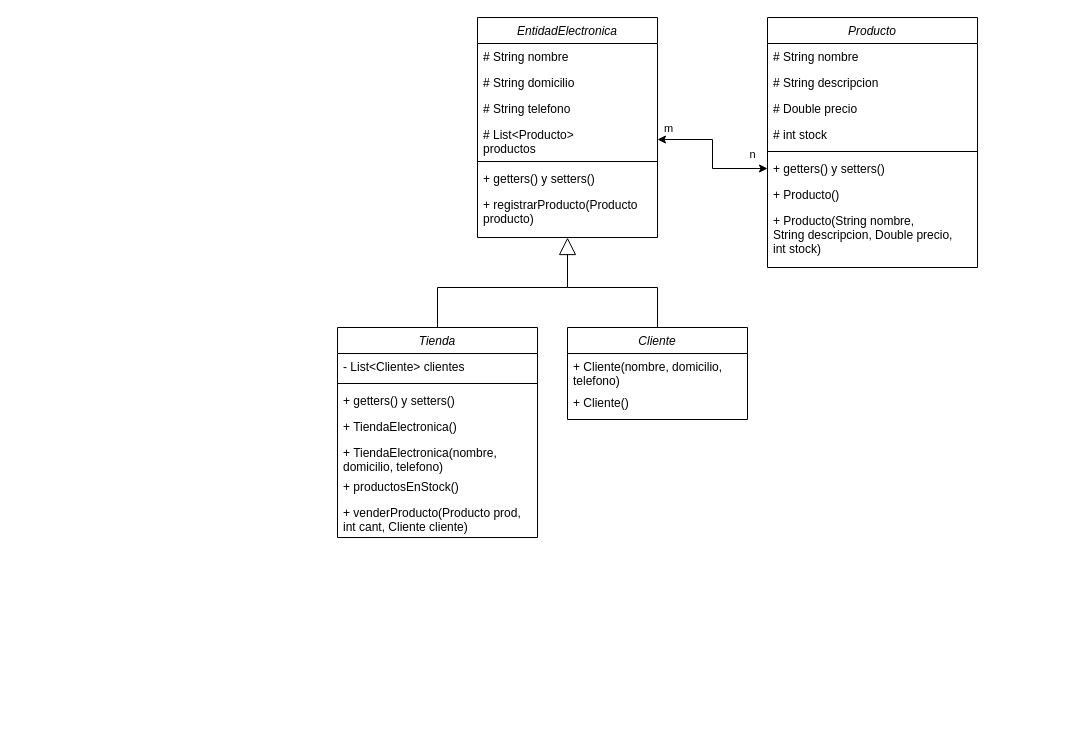
This is trabajoPracticoPOO/Diagrama sin título.drawio from sirnas1983/practica-Java-2023, a draw.io file, before an edit. Source tidied: cells renumbered, new cells numbered last; positions are measured from the earlier drawing's top-left corner, leaving out a move shared by most shapes. Both pictures are drawn from the tidied source at 100%, with x=0, y=0 at pixel (337, 17).
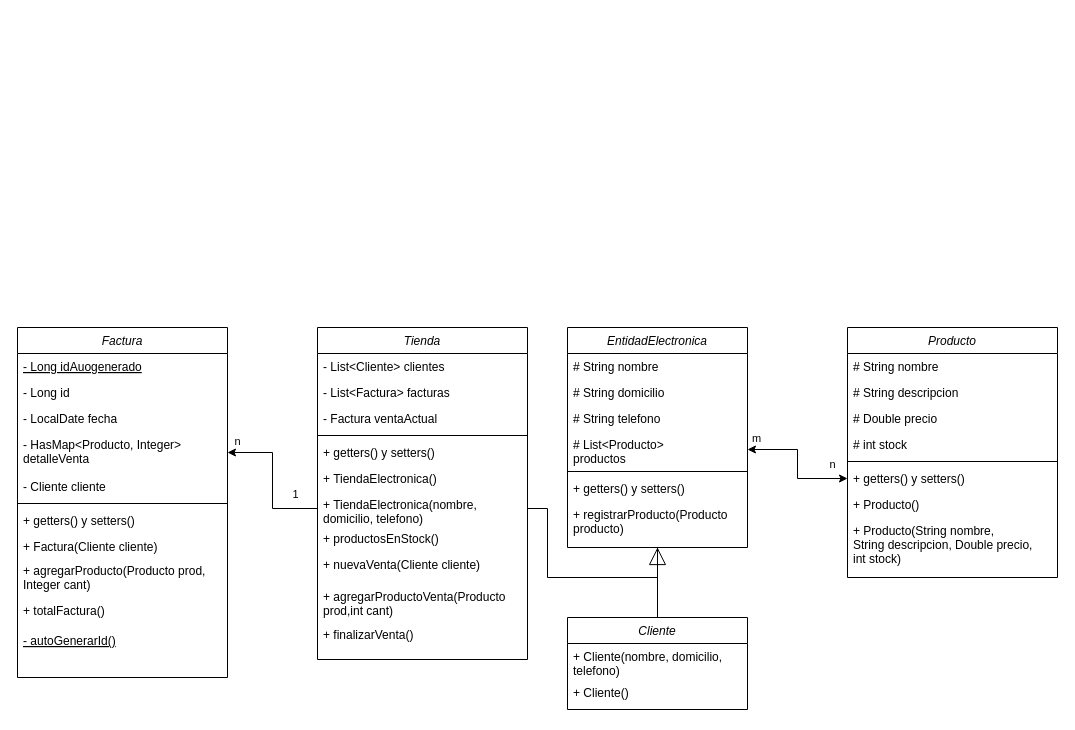
The same page after the edit.

What changed in the source:
```diff
@@
     <mxCell id="2" value="Producto" style="swimlane;fontStyle=2;align=center;verticalAlign=top;horizontal=1;startSize=26;rounded=0;shadow=0;strokeWidth=1;" parent="1" vertex="1">
-      <mxGeometry x="430" width="210" height="250" as="geometry" />
+      <mxGeometry x="510" y="310" width="210" height="250" as="geometry" />
     </mxCell>
@@
-    <mxCell id="11" style="edgeStyle=orthogonalEdgeStyle;rounded=0;jettySize=auto;html=1;exitX=0.5;exitY=0;exitDx=0;exitDy=0;endArrow=none;endFill=0;" parent="1" edge="1" source="12">
-      <mxGeometry relative="1" as="geometry">
-        <mxPoint x="230" y="270" as="targetPoint" />
-        <Array as="points">
-          <mxPoint x="320" y="270" />
-        </Array>
-      </mxGeometry>
+    <mxCell id="11" style="edgeStyle=orthogonalEdgeStyle;rounded=0;jettySize=auto;html=1;exitX=0.5;exitY=0;exitDx=0;exitDy=0;endArrow=none;endFill=0;entryX=0.5;entryY=1;entryDx=0;entryDy=0;" parent="1" edge="1" source="12" target="24">
+      <mxGeometry relative="1" as="geometry" />
     </mxCell>
     <mxCell id="12" value="Cliente" style="swimlane;fontStyle=2;align=center;verticalAlign=top;horizontal=1;startSize=26;rounded=0;shadow=0;strokeWidth=1;" parent="1" vertex="1">
-      <mxGeometry x="230" y="310" width="180" height="92" as="geometry" />
+      <mxGeometry x="230" y="600" width="180" height="92" as="geometry" />
     </mxCell>
@@
-    <mxCell id="15" style="edgeStyle=orthogonalEdgeStyle;rounded=0;jettySize=auto;html=1;exitX=0.5;exitY=0;exitDx=0;exitDy=0;entryX=0.5;entryY=1;entryDx=0;entryDy=0;endArrow=block;endFill=0;endSize=15;" parent="1" edge="1" source="16" target="24">
+    <mxCell id="15" style="edgeStyle=orthogonalEdgeStyle;rounded=0;jettySize=auto;html=1;exitX=1;exitY=0.5;exitDx=0;exitDy=0;entryX=0.5;entryY=1;entryDx=0;entryDy=0;endArrow=block;endFill=0;endSize=15;" parent="1" edge="1" source="21" target="24">
       <mxGeometry relative="1" as="geometry" />
     </mxCell>
     <mxCell id="16" value="Tienda" style="swimlane;fontStyle=2;align=center;verticalAlign=top;horizontal=1;startSize=26;rounded=0;shadow=0;strokeWidth=1;" parent="1" vertex="1">
-      <mxGeometry y="310" width="200" height="210" as="geometry" />
+      <mxGeometry x="-20" y="310" width="210" height="332" as="geometry" />
     </mxCell>
     <mxCell id="17" value="- List&lt;Cliente&gt; clientes" style="text;align=left;verticalAlign=top;spacingLeft=4;spacingRight=4;overflow=hidden;rounded=0;shadow=0;html=0;" parent="16" vertex="1">
-      <mxGeometry y="26" width="200" height="26" as="geometry" />
+      <mxGeometry y="26" width="210" height="26" as="geometry" />
     </mxCell>
+    <mxCell id="35" value="- List&lt;Factura&gt; facturas" style="text;align=left;verticalAlign=top;spacingLeft=4;spacingRight=4;overflow=hidden;rounded=0;shadow=0;html=0;" parent="16" vertex="1">
+      <mxGeometry y="52" width="210" height="26" as="geometry" />
+    </mxCell>
+    <mxCell id="36" value="- Factura ventaActual" style="text;align=left;verticalAlign=top;spacingLeft=4;spacingRight=4;overflow=hidden;rounded=0;shadow=0;html=0;" parent="16" vertex="1">
+      <mxGeometry y="78" width="210" height="26" as="geometry" />
+    </mxCell>
     <mxCell id="18" style="line;html=1;strokeWidth=1;align=left;verticalAlign=middle;spacingTop=-1;spacingLeft=3;spacingRight=3;labelPosition=right;" parent="16" vertex="1">
-      <mxGeometry y="52" width="200" height="8" as="geometry" />
+      <mxGeometry y="104" width="210" height="8" as="geometry" />
     </mxCell>
     <mxCell id="19" value="+ getters() y setters()" style="text;align=left;verticalAlign=top;spacingLeft=4;spacingRight=4;overflow=hidden;" parent="16" vertex="1">
-      <mxGeometry y="60" width="200" height="26" as="geometry" />
+      <mxGeometry y="112" width="210" height="26" as="geometry" />
     </mxCell>
     <mxCell id="20" value="+ TiendaElectronica()" style="text;align=left;verticalAlign=top;spacingLeft=4;spacingRight=4;overflow=hidden;" parent="16" vertex="1">
-      <mxGeometry y="86" width="200" height="26" as="geometry" />
+      <mxGeometry y="138" width="210" height="26" as="geometry" />
     </mxCell>
     <mxCell id="21" value="+ TiendaElectronica(nombre, &#10;domicilio, telefono)" style="text;align=left;verticalAlign=top;spacingLeft=4;spacingRight=4;overflow=hidden;points=[[0,0.5],[1,0.5]];portConstraint=eastwest;" parent="16" vertex="1">
-      <mxGeometry y="112" width="200" height="34" as="geometry" />
+      <mxGeometry y="164" width="210" height="34" as="geometry" />
     </mxCell>
     <mxCell id="22" value="+ productosEnStock()" style="text;align=left;verticalAlign=top;spacingLeft=4;spacingRight=4;overflow=hidden;" parent="16" vertex="1">
-      <mxGeometry y="146" width="200" height="26" as="geometry" />
+      <mxGeometry y="198" width="210" height="26" as="geometry" />
     </mxCell>
+    <mxCell id="37" value="+ nuevaVenta(Cliente cliente)" style="text;align=left;verticalAlign=top;spacingLeft=4;spacingRight=4;overflow=hidden;" parent="16" vertex="1">
+      <mxGeometry y="224" width="210" height="32" as="geometry" />
+    </mxCell>
+    <mxCell id="38" value="+ agregarProductoVenta(Producto &#10;prod,int cant)" style="text;align=left;verticalAlign=top;spacingLeft=4;spacingRight=4;overflow=hidden;" parent="16" vertex="1">
+      <mxGeometry y="256" width="210" height="38" as="geometry" />
+    </mxCell>
-    <mxCell id="23" value="+ venderProducto(Producto prod,&#10;int cant, Cliente cliente)" style="text;align=left;verticalAlign=top;spacingLeft=4;spacingRight=4;overflow=hidden;" parent="16" vertex="1">
-      <mxGeometry y="172" width="200" height="38" as="geometry" />
+    <mxCell id="23" value="+ finalizarVenta()" style="text;align=left;verticalAlign=top;spacingLeft=4;spacingRight=4;overflow=hidden;" parent="16" vertex="1">
+      <mxGeometry y="294" width="210" height="38" as="geometry" />
     </mxCell>
     <mxCell id="24" value="EntidadElectronica" style="swimlane;fontStyle=2;align=center;verticalAlign=top;horizontal=1;startSize=26;rounded=0;shadow=0;strokeWidth=1;" parent="1" vertex="1">
-      <mxGeometry x="140" width="180" height="220" as="geometry" />
+      <mxGeometry x="230" y="310" width="180" height="220" as="geometry" />
     </mxCell>
@@
     <mxCell id="34" value="n" style="edgeLabel;html=1;align=center;verticalAlign=middle;" parent="1" vertex="1">
-      <mxGeometry x="350" y="110" as="geometry">
+      <mxGeometry x="430" y="420" as="geometry">
         <mxPoint x="64" y="26" as="offset" />
       </mxGeometry>
     </mxCell>
+    <mxCell id="39" value="Factura" style="swimlane;fontStyle=2;align=center;verticalAlign=top;horizontal=1;startSize=26;rounded=0;shadow=0;strokeWidth=1;" parent="1" vertex="1">
+      <mxGeometry x="-320" y="310" width="210" height="350" as="geometry" />
+    </mxCell>
+    <mxCell id="40" value="- Long idAuogenerado" style="text;align=left;verticalAlign=top;spacingLeft=4;spacingRight=4;overflow=hidden;fontStyle=4;" parent="39" vertex="1">
+      <mxGeometry y="26" width="210" height="26" as="geometry" />
+    </mxCell>
+    <mxCell id="41" value="- Long id" style="text;align=left;verticalAlign=top;spacingLeft=4;spacingRight=4;overflow=hidden;" parent="39" vertex="1">
+      <mxGeometry y="52" width="210" height="26" as="geometry" />
+    </mxCell>
+    <mxCell id="42" value="- LocalDate fecha" style="text;align=left;verticalAlign=top;spacingLeft=4;spacingRight=4;overflow=hidden;rounded=0;shadow=0;html=0;" parent="39" vertex="1">
+      <mxGeometry y="78" width="210" height="26" as="geometry" />
+    </mxCell>
+    <mxCell id="43" value="- HasMap&lt;Producto, Integer&gt; &#10;detalleVenta" style="text;align=left;verticalAlign=top;spacingLeft=4;spacingRight=4;overflow=hidden;points=[[0,0.5],[1,0.5]];portConstraint=eastwest;rounded=0;shadow=0;html=0;" parent="39" vertex="1">
+      <mxGeometry y="104" width="210" height="42" as="geometry" />
+    </mxCell>
+    <mxCell id="44" value="- Cliente cliente" style="text;align=left;verticalAlign=top;spacingLeft=4;spacingRight=4;overflow=hidden;rounded=0;shadow=0;html=0;" parent="39" vertex="1">
+      <mxGeometry y="146" width="210" height="26" as="geometry" />
+    </mxCell>
+    <mxCell id="45" style="line;html=1;strokeWidth=1;align=left;verticalAlign=middle;spacingTop=-1;spacingLeft=3;spacingRight=3;labelPosition=right;" parent="39" vertex="1">
+      <mxGeometry y="172" width="210" height="8" as="geometry" />
+    </mxCell>
+    <mxCell id="46" value="+ getters() y setters()" style="text;align=left;verticalAlign=top;spacingLeft=4;spacingRight=4;overflow=hidden;" parent="39" vertex="1">
+      <mxGeometry y="180" width="210" height="26" as="geometry" />
+    </mxCell>
+    <mxCell id="47" value="+ Factura(Cliente cliente)" style="text;align=left;verticalAlign=top;spacingLeft=4;spacingRight=4;overflow=hidden;" parent="39" vertex="1">
+      <mxGeometry y="206" width="210" height="24" as="geometry" />
+    </mxCell>
+    <mxCell id="48" value="+ agregarProducto(Producto prod, &#10;Integer cant)" style="text;align=left;verticalAlign=top;spacingLeft=4;spacingRight=4;overflow=hidden;" parent="39" vertex="1">
+      <mxGeometry y="230" width="210" height="40" as="geometry" />
+    </mxCell>
+    <mxCell id="49" value="+ totalFactura()" style="text;align=left;verticalAlign=top;spacingLeft=4;spacingRight=4;overflow=hidden;" parent="39" vertex="1">
+      <mxGeometry y="270" width="210" height="30" as="geometry" />
+    </mxCell>
+    <mxCell id="50" value="- autoGenerarId()" style="text;align=left;verticalAlign=top;spacingLeft=4;spacingRight=4;overflow=hidden;fontStyle=4;" parent="39" vertex="1">
+      <mxGeometry y="300" width="210" height="40" as="geometry" />
+    </mxCell>
+    <mxCell id="51" style="edgeStyle=orthogonalEdgeStyle;rounded=0;jettySize=auto;html=1;startArrow=classic;startFill=1;endArrow=none;endFill=0;" parent="1" edge="1" source="43" target="21">
+      <mxGeometry relative="1" as="geometry" />
+    </mxCell>
+    <mxCell id="52" value="n" style="edgeLabel;html=1;align=center;verticalAlign=middle;" parent="51" vertex="1">
+      <mxGeometry x="-0.6" y="12" relative="1" as="geometry">
+        <mxPoint x="-20" as="offset" />
+      </mxGeometry>
+    </mxCell>
+    <mxCell id="53" value="1" style="edgeLabel;html=1;align=center;verticalAlign=middle;" parent="51" vertex="1">
+      <mxGeometry x="0.68" y="4" relative="1" as="geometry">
+        <mxPoint y="-11" as="offset" />
+      </mxGeometry>
+    </mxCell>
```
